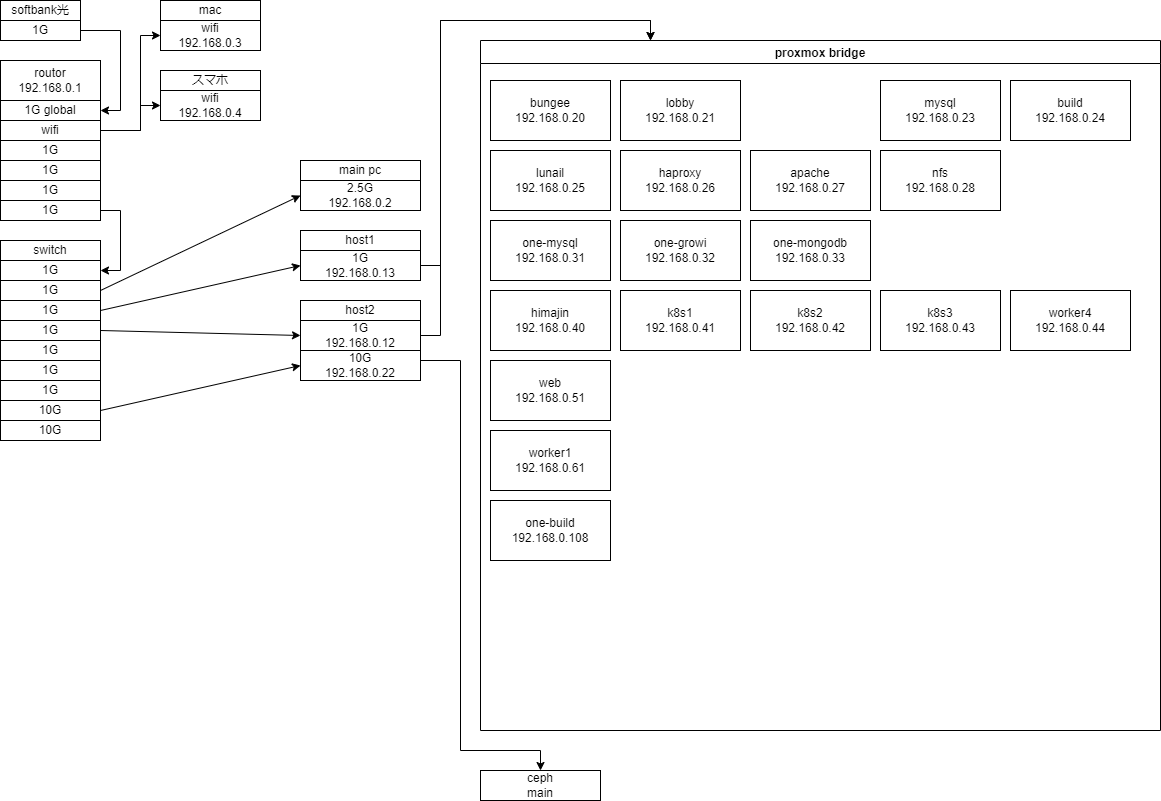
The draw.io diagram config/ipConfig.drawio.png in kigawa01/kigawa01, before a commit. Source tidied: cells renumbered, new cells last; positions are measured from the earlier drawing's top-left corner, leaving out a move shared by most shapes.
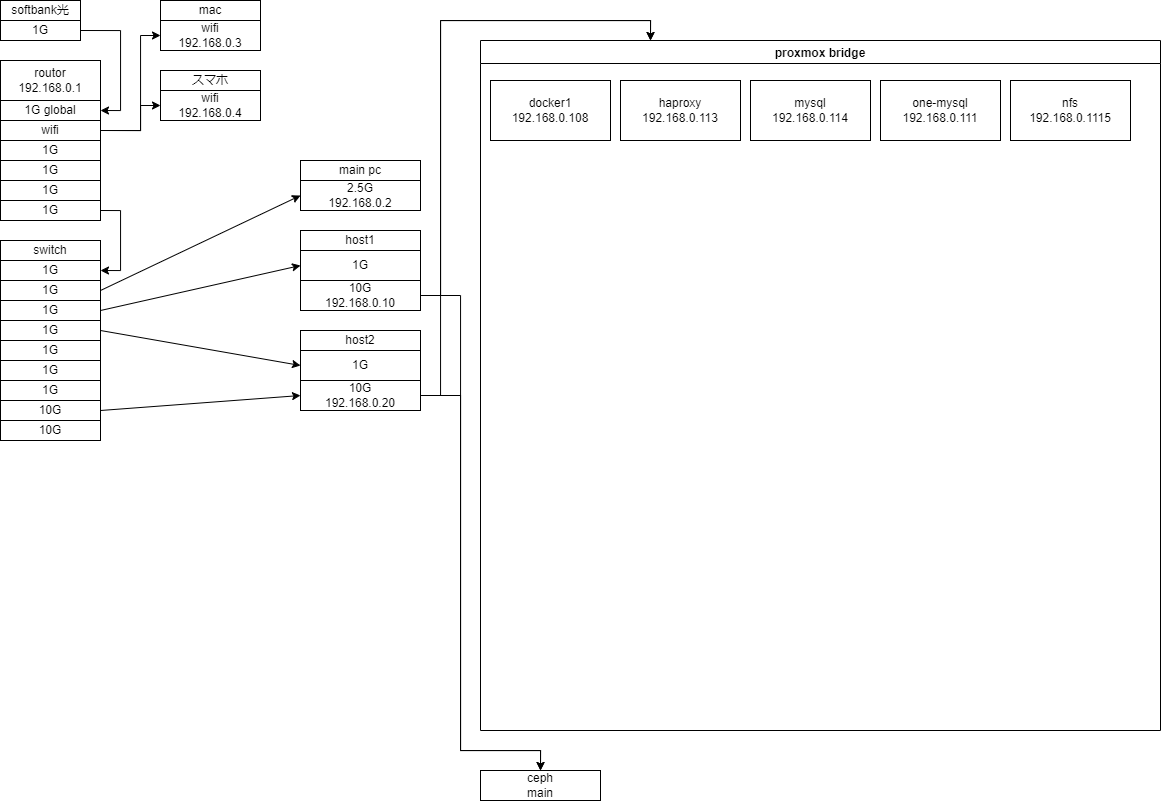
After the commit.

What changed in the source:
```diff
@@ -5,63 +5,21 @@
     <mxCell id="2" value="proxmox bridge" style="swimlane;" parent="1" vertex="1">
       <mxGeometry x="480" y="40" width="680" height="690" as="geometry" />
     </mxCell>
-    <mxCell id="3" value="bungee&lt;br&gt;192.168.0.20" style="rounded=0;whiteSpace=wrap;html=1;" parent="2" vertex="1">
-      <mxGeometry x="10" y="40" width="120" height="60" as="geometry" />
-    </mxCell>
-    <mxCell id="4" value="haproxy&lt;br&gt;192.168.0.26" style="rounded=0;whiteSpace=wrap;html=1;" parent="2" vertex="1">
-      <mxGeometry x="140" y="110" width="120" height="60" as="geometry" />
-    </mxCell>
-    <mxCell id="5" value="nfs&lt;br&gt;192.168.0.28" style="rounded=0;whiteSpace=wrap;html=1;" parent="2" vertex="1">
-      <mxGeometry x="400" y="110" width="120" height="60" as="geometry" />
-    </mxCell>
-    <mxCell id="6" value="worker1&lt;br&gt;192.168.0.61" style="rounded=0;whiteSpace=wrap;html=1;" parent="2" vertex="1">
-      <mxGeometry x="10" y="390" width="120" height="60" as="geometry" />
-    </mxCell>
-    <mxCell id="7" value="worker4&lt;br&gt;192.168.0.44" style="rounded=0;whiteSpace=wrap;html=1;" parent="2" vertex="1">
-      <mxGeometry x="530" y="250" width="120" height="60" as="geometry" />
-    </mxCell>
-    <mxCell id="8" value="himajin&lt;br&gt;192.168.0.40" style="rounded=0;whiteSpace=wrap;html=1;" parent="2" vertex="1">
-      <mxGeometry x="10" y="250" width="120" height="60" as="geometry" />
-    </mxCell>
-    <mxCell id="9" value="lunail&lt;br&gt;192.168.0.25" style="rounded=0;whiteSpace=wrap;html=1;" parent="2" vertex="1">
-      <mxGeometry x="10" y="110" width="120" height="60" as="geometry" />
-    </mxCell>
-    <mxCell id="10" value="lobby&lt;br&gt;192.168.0.21" style="rounded=0;whiteSpace=wrap;html=1;" parent="2" vertex="1">
-      <mxGeometry x="140" y="40" width="120" height="60" as="geometry" />
-    </mxCell>
-    <mxCell id="11" value="web&lt;br&gt;192.168.0.51" style="rounded=0;whiteSpace=wrap;html=1;" parent="2" vertex="1">
-      <mxGeometry x="10" y="320" width="120" height="60" as="geometry" />
-    </mxCell>
-    <mxCell id="12" value="apache&lt;br&gt;192.168.0.27" style="rounded=0;whiteSpace=wrap;html=1;" parent="2" vertex="1">
-      <mxGeometry x="270" y="110" width="120" height="60" as="geometry" />
-    </mxCell>
-    <mxCell id="13" value="build&lt;br&gt;192.168.0.24" style="rounded=0;whiteSpace=wrap;html=1;" parent="2" vertex="1">
-      <mxGeometry x="530" y="40" width="120" height="60" as="geometry" />
-    </mxCell>
-    <mxCell id="14" value="one-build&lt;br&gt;192.168.0.108" style="rounded=0;whiteSpace=wrap;html=1;" parent="2" vertex="1">
-      <mxGeometry x="10" y="460" width="120" height="60" as="geometry" />
+    <mxCell id="14" value="docker1&lt;br&gt;192.168.0.108" style="rounded=0;whiteSpace=wrap;html=1;" parent="2" vertex="1">
+      <mxGeometry x="10" y="40" width="120" height="60" as="geometry" />
     </mxCell>
-    <mxCell id="15" value="mysql&lt;br&gt;192.168.0.23" style="rounded=0;whiteSpace=wrap;html=1;" parent="2" vertex="1">
-      <mxGeometry x="400" y="40" width="120" height="60" as="geometry" />
-    </mxCell>
-    <mxCell id="16" value="one-mysql&lt;br&gt;192.168.0.31" style="rounded=0;whiteSpace=wrap;html=1;" parent="2" vertex="1">
-      <mxGeometry x="10" y="180" width="120" height="60" as="geometry" />
-    </mxCell>
-    <mxCell id="17" value="one-growi&lt;br&gt;192.168.0.32" style="rounded=0;whiteSpace=wrap;html=1;" parent="2" vertex="1">
-      <mxGeometry x="140" y="180" width="120" height="60" as="geometry" />
-    </mxCell>
-    <mxCell id="18" value="one-mongodb&lt;br&gt;192.168.0.33" style="rounded=0;whiteSpace=wrap;html=1;" parent="2" vertex="1">
-      <mxGeometry x="270" y="180" width="120" height="60" as="geometry" />
-    </mxCell>
-    <mxCell id="19" value="k8s1&lt;br&gt;192.168.0.41" style="rounded=0;whiteSpace=wrap;html=1;" parent="2" vertex="1">
-      <mxGeometry x="140" y="250" width="120" height="60" as="geometry" />
-    </mxCell>
-    <mxCell id="20" value="k8s2&lt;br&gt;192.168.0.42" style="rounded=0;whiteSpace=wrap;html=1;" parent="2" vertex="1">
-      <mxGeometry x="270" y="250" width="120" height="60" as="geometry" />
-    </mxCell>
-    <mxCell id="21" value="k8s3&lt;br&gt;192.168.0.43" style="rounded=0;whiteSpace=wrap;html=1;" parent="2" vertex="1">
-      <mxGeometry x="400" y="250" width="120" height="60" as="geometry" />
-    </mxCell>
+    <mxCell id="64" value="haproxy&lt;br&gt;192.168.0.113" style="rounded=0;whiteSpace=wrap;html=1;" parent="2" vertex="1">
+      <mxGeometry x="140" y="40" width="120" height="60" as="geometry" />
+    </mxCell>
+    <mxCell id="65" value="mysql&lt;br&gt;192.168.0.114" style="rounded=0;whiteSpace=wrap;html=1;" parent="2" vertex="1">
+      <mxGeometry x="270" y="40" width="120" height="60" as="geometry" />
+    </mxCell>
+    <mxCell id="66" value="one-mysql&lt;br&gt;192.168.0.111" style="rounded=0;whiteSpace=wrap;html=1;" parent="2" vertex="1">
+      <mxGeometry x="400" y="40" width="120" height="60" as="geometry" />
+    </mxCell>
+    <mxCell id="67" value="nfs&lt;br&gt;192.168.0.1115" style="rounded=0;whiteSpace=wrap;html=1;" parent="2" vertex="1">
+      <mxGeometry x="530" y="40" width="120" height="60" as="geometry" />
+    </mxCell>
     <mxCell id="22" value="1G global" style="rounded=0;whiteSpace=wrap;html=1;" parent="1" vertex="1">
       <mxGeometry y="100" width="100" height="20" as="geometry" />
     </mxCell>
@@ -168,16 +126,7 @@
     <mxCell id="53" value="host1" style="rounded=0;whiteSpace=wrap;html=1;" parent="1" vertex="1">
       <mxGeometry x="300" y="230" width="120" height="20" as="geometry" />
     </mxCell>
-    <mxCell id="54" style="edgeStyle=orthogonalEdgeStyle;rounded=0;jettySize=auto;html=1;exitX=1;exitY=0.5;exitDx=0;exitDy=0;entryX=0.25;entryY=0;entryDx=0;entryDy=0;" parent="1" edge="1" source="55" target="2">
-      <mxGeometry relative="1" as="geometry">
-        <Array as="points">
-          <mxPoint x="440" y="265" />
-          <mxPoint x="440" y="20" />
-          <mxPoint x="650" y="20" />
-        </Array>
-      </mxGeometry>
-    </mxCell>
-    <mxCell id="55" value="1G&lt;br&gt;192.168.0.13" style="rounded=0;whiteSpace=wrap;html=1;" parent="1" vertex="1">
+    <mxCell id="55" value="1G" style="rounded=0;whiteSpace=wrap;html=1;" parent="1" vertex="1">
       <mxGeometry x="300" y="250" width="120" height="30" as="geometry" />
     </mxCell>
     <mxCell id="56" value="main pc" style="rounded=0;whiteSpace=wrap;html=1;" parent="1" vertex="1">
@@ -187,34 +136,55 @@
       <mxGeometry x="300" y="180" width="120" height="30" as="geometry" />
     </mxCell>
     <mxCell id="58" value="host2" style="rounded=0;whiteSpace=wrap;html=1;" parent="1" vertex="1">
-      <mxGeometry x="300" y="300" width="120" height="20" as="geometry" />
+      <mxGeometry x="300" y="330" width="120" height="20" as="geometry" />
     </mxCell>
-    <mxCell id="59" style="edgeStyle=orthogonalEdgeStyle;rounded=0;jettySize=auto;html=1;exitX=1;exitY=0.5;exitDx=0;exitDy=0;entryX=0.25;entryY=0;entryDx=0;entryDy=0;" parent="1" edge="1" source="60" target="2">
-      <mxGeometry relative="1" as="geometry">
-        <Array as="points">
-          <mxPoint x="440" y="335" />
-          <mxPoint x="440" y="20" />
-          <mxPoint x="650" y="20" />
-        </Array>
-      </mxGeometry>
-    </mxCell>
-    <mxCell id="60" value="1G&lt;br&gt;192.168.0.12" style="rounded=0;whiteSpace=wrap;html=1;" parent="1" vertex="1">
-      <mxGeometry x="300" y="320" width="120" height="30" as="geometry" />
+    <mxCell id="60" value="1G" style="rounded=0;whiteSpace=wrap;html=1;" parent="1" vertex="1">
+      <mxGeometry x="300" y="350" width="120" height="30" as="geometry" />
     </mxCell>
     <mxCell id="61" style="edgeStyle=orthogonalEdgeStyle;rounded=0;jettySize=auto;html=1;exitX=1;exitY=0.5;exitDx=0;exitDy=0;entryX=0.5;entryY=0;entryDx=0;entryDy=0;" parent="1" edge="1" source="62" target="63">
       <mxGeometry relative="1" as="geometry">
         <Array as="points">
-          <mxPoint x="460" y="360" />
+          <mxPoint x="460" y="395" />
           <mxPoint x="460" y="750" />
           <mxPoint x="540" y="750" />
         </Array>
       </mxGeometry>
     </mxCell>
+    <mxCell id="68" style="edgeStyle=orthogonalEdgeStyle;rounded=0;jettySize=auto;html=1;exitX=1;exitY=0.5;exitDx=0;exitDy=0;entryX=0.25;entryY=0;entryDx=0;entryDy=0;" parent="1" edge="1" source="62" target="2">
+      <mxGeometry relative="1" as="geometry">
+        <Array as="points">
+          <mxPoint x="440" y="395" />
+          <mxPoint x="440" y="20" />
+          <mxPoint x="650" y="20" />
+        </Array>
+      </mxGeometry>
+    </mxCell>
-    <mxCell id="62" value="10G&lt;br&gt;192.168.0.22" style="rounded=0;whiteSpace=wrap;html=1;" parent="1" vertex="1">
-      <mxGeometry x="300" y="350" width="120" height="30" as="geometry" />
+    <mxCell id="62" value="10G&lt;br&gt;192.168.0.20" style="rounded=0;whiteSpace=wrap;html=1;" parent="1" vertex="1">
+      <mxGeometry x="300" y="380" width="120" height="30" as="geometry" />
     </mxCell>
     <mxCell id="63" value="ceph&lt;br&gt;main" style="rounded=0;whiteSpace=wrap;html=1;" parent="1" vertex="1">
       <mxGeometry x="480" y="770" width="120" height="30" as="geometry" />
     </mxCell>
+    <mxCell id="69" style="edgeStyle=orthogonalEdgeStyle;rounded=0;jettySize=auto;html=1;exitX=1;exitY=0.5;exitDx=0;exitDy=0;entryX=0.25;entryY=0;entryDx=0;entryDy=0;" parent="1" edge="1" source="71" target="2">
+      <mxGeometry relative="1" as="geometry">
+        <Array as="points">
+          <mxPoint x="440" y="295" />
+          <mxPoint x="440" y="20" />
+          <mxPoint x="650" y="20" />
+        </Array>
+      </mxGeometry>
+    </mxCell>
+    <mxCell id="70" style="edgeStyle=orthogonalEdgeStyle;rounded=0;jettySize=auto;html=1;exitX=1;exitY=0.5;exitDx=0;exitDy=0;entryX=0.5;entryY=0;entryDx=0;entryDy=0;" parent="1" edge="1" source="71" target="63">
+      <mxGeometry relative="1" as="geometry">
+        <Array as="points">
+          <mxPoint x="460" y="295" />
+          <mxPoint x="460" y="750" />
+          <mxPoint x="540" y="750" />
+        </Array>
+      </mxGeometry>
+    </mxCell>
+    <mxCell id="71" value="10G&lt;br&gt;192.168.0.10" style="rounded=0;whiteSpace=wrap;html=1;" parent="1" vertex="1">
+      <mxGeometry x="300" y="280" width="120" height="30" as="geometry" />
+    </mxCell>
   </root>
 </mxGraphModel>
```
